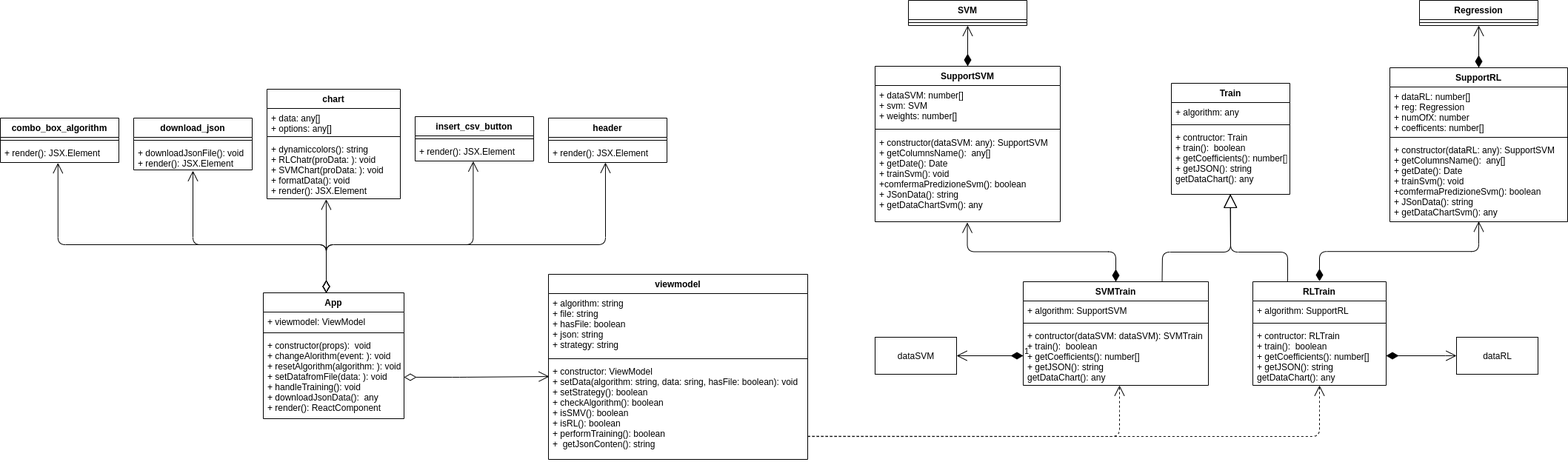
The draw.io diagram Diagrams/Classes_diagrams/tool_all_classes.png in teamafkSWE/PredireInGrafana-docs, before a commit. Source tidied: cells renumbered, new cells last; positions are measured from the earlier drawing's top-left corner, leaving out a move shared by most shapes.
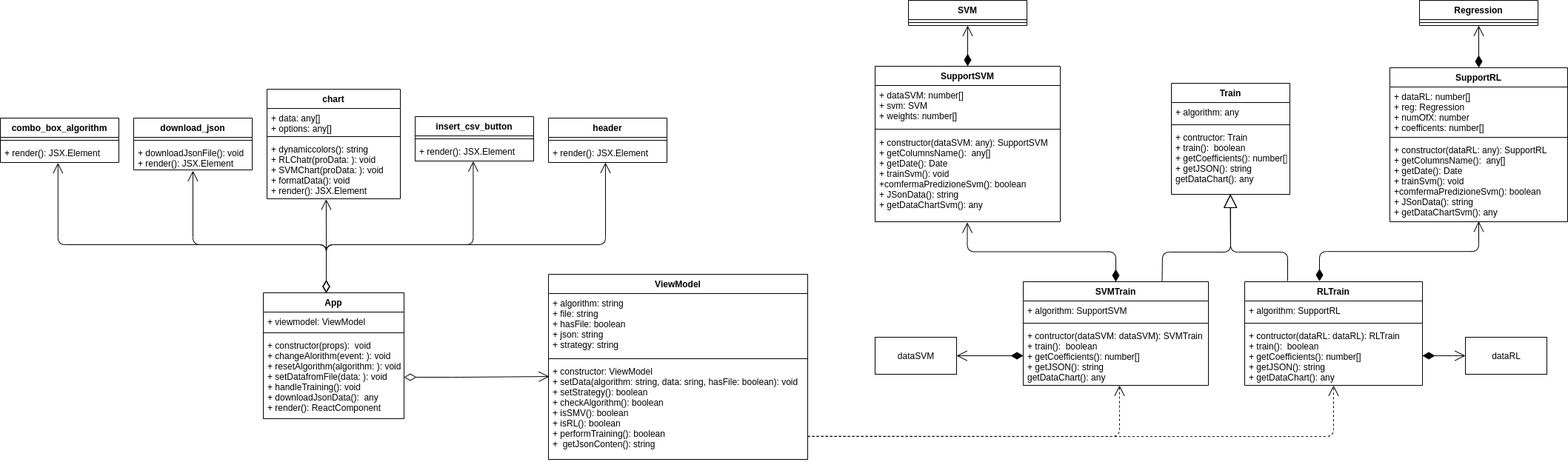
After the commit.

Commit message:
updated classes diagrams

The edit, as a diff of the source:
```diff
@@ -5,8 +5,7 @@
     <mxCell id="2" style="endArrow=open;endSize=12;dashed=1;html=1;exitX=1.001;exitY=0.766;exitDx=0;exitDy=0;entryX=0.5;entryY=1;entryDx=0;entryDy=0;exitPerimeter=0;entryPerimeter=0;" parent="1" edge="1" source="41" target="21">
       <mxGeometry relative="1" as="geometry">
         <Array as="points">
-          <mxPoint x="1781" y="589" />
-          <mxPoint x="1781" y="545" />
+          <mxPoint x="1800" y="589" />
         </Array>
       </mxGeometry>
     </mxCell>
@@ -14,7 +13,7 @@
       <mxGeometry x="1181" y="455" width="110" height="50" as="geometry" />
     </mxCell>
     <mxCell id="4" value="dataRL" style="html=1;align=center;" parent="1" vertex="1">
-      <mxGeometry x="1966" y="455" width="110" height="50" as="geometry" />
+      <mxGeometry x="1978" y="455" width="110" height="50" as="geometry" />
     </mxCell>
     <mxCell id="5" style="endArrow=open;html=1;endSize=12;startArrow=diamondThin;startSize=14;startFill=1;edgeStyle=orthogonalEdgeStyle;align=left;verticalAlign=bottom;exitX=1;exitY=0.5;exitDx=0;exitDy=0;entryX=0;entryY=0.5;entryDx=0;entryDy=0;" parent="1" edge="1" source="21" target="4">
       <mxGeometry x="-1" y="3" relative="1" as="geometry">
@@ -48,16 +47,17 @@
         </Array>
       </mxGeometry>
     </mxCell>
-    <mxCell id="11" style="endArrow=block;endSize=16;endFill=0;html=1;entryX=0.499;entryY=0.999;entryDx=0;entryDy=0;entryPerimeter=0;exitX=0.261;exitY=-0.004;exitDx=0;exitDy=0;exitPerimeter=0;" parent="1" edge="1" source="18" target="33">
+    <mxCell id="11" style="endArrow=block;endSize=16;endFill=0;html=1;entryX=0.499;entryY=0.999;entryDx=0;entryDy=0;entryPerimeter=0;" parent="1" edge="1" target="33">
       <mxGeometry relative="1" as="geometry">
+        <mxPoint x="1738" y="379" as="sourcePoint" />
         <Array as="points">
           <mxPoint x="1738" y="340" />
           <mxPoint x="1661" y="340" />
         </Array>
       </mxGeometry>
     </mxCell>
-    <mxCell id="12" value="1" style="endArrow=open;html=1;endSize=12;startArrow=diamondThin;startSize=14;startFill=1;edgeStyle=orthogonalEdgeStyle;align=left;verticalAlign=bottom;entryX=1;entryY=0.5;entryDx=0;entryDy=0;exitX=0;exitY=0.5;exitDx=0;exitDy=0;" parent="1" edge="1" source="29" target="3">
-      <mxGeometry x="-1" y="3" relative="1" as="geometry" />
+    <mxCell id="12" style="endArrow=open;html=1;endSize=12;startArrow=diamondThin;startSize=14;startFill=1;edgeStyle=orthogonalEdgeStyle;align=left;verticalAlign=bottom;entryX=1;entryY=0.5;entryDx=0;entryDy=0;exitX=0;exitY=0.5;exitDx=0;exitDy=0;" parent="1" edge="1" source="29" target="3">
+      <mxGeometry x="-0.53" y="10" relative="1" as="geometry" />
     </mxCell>
     <mxCell id="13" style="endArrow=open;endSize=12;dashed=1;html=1;exitX=1;exitY=0.763;exitDx=0;exitDy=0;entryX=0.52;entryY=1;entryDx=0;entryDy=0;exitPerimeter=0;entryPerimeter=0;" parent="1" edge="1" source="41" target="29">
       <mxGeometry relative="1" as="geometry">
@@ -79,18 +79,6 @@
     <mxCell id="17" style="line;strokeWidth=1;fillColor=none;align=left;verticalAlign=middle;spacingTop=-1;spacingLeft=3;spacingRight=3;labelPosition=right;" parent="16" vertex="1">
       <mxGeometry y="26" width="160" height="8" as="geometry" />
     </mxCell>
-    <mxCell id="18" value="RLTrain" style="swimlane;fontStyle=1;align=center;verticalAlign=top;horizontal=1;startSize=26;" parent="1" vertex="1">
-      <mxGeometry x="1691" y="380" width="180" height="140" as="geometry" />
-    </mxCell>
-    <mxCell id="19" value="+ algorithm: SupportRL" style="text;strokeColor=none;fillColor=none;align=left;verticalAlign=top;spacingLeft=4;spacingRight=4;overflow=hidden;" parent="18" vertex="1">
-      <mxGeometry y="26" width="180" height="26" as="geometry" />
-    </mxCell>
-    <mxCell id="20" style="line;strokeWidth=1;fillColor=none;align=left;verticalAlign=middle;spacingTop=-1;spacingLeft=3;spacingRight=3;labelPosition=right;" parent="18" vertex="1">
-      <mxGeometry y="52" width="180" height="8" as="geometry" />
-    </mxCell>
-    <mxCell id="21" value="+ contructor: RLTrain&#10;+ train():  boolean&#10;+ getCoefficients(): number[] &#10;+ getJSON(): string&#10;getDataChart(): any&#10;" style="text;strokeColor=none;fillColor=none;align=left;verticalAlign=top;spacingLeft=4;spacingRight=4;overflow=hidden;points=[[0,0.5],[1,0.5]];portConstraint=eastwest;" parent="18" vertex="1">
-      <mxGeometry y="60" width="180" height="80" as="geometry" />
-    </mxCell>
     <mxCell id="22" value="SupportSVM" style="swimlane;fontStyle=1;align=center;verticalAlign=top;horizontal=1;startSize=26;" parent="1" vertex="1">
       <mxGeometry x="1181" y="89" width="250" height="210" as="geometry" />
     </mxCell>
@@ -136,10 +124,10 @@
     <mxCell id="36" style="line;strokeWidth=1;fillColor=none;align=left;verticalAlign=middle;spacingTop=-1;spacingLeft=3;spacingRight=3;labelPosition=right;" parent="34" vertex="1">
       <mxGeometry y="90" width="240" height="8" as="geometry" />
     </mxCell>
-    <mxCell id="37" value="+ constructor(dataRL: any): SupportSVM&#10;+ getColumnsName():  any[]&#10;+ getDate(): Date&#10;+ trainSvm(): void&#10;+comfermaPredizioneSvm(): boolean&#10;+ JSonData(): string&#10;+ getDataChartSvm(): any" style="text;strokeColor=none;fillColor=none;align=left;verticalAlign=top;spacingLeft=4;spacingRight=4;overflow=hidden;points=[[0,0.5],[1,0.5]];portConstraint=eastwest;" parent="34" vertex="1">
+    <mxCell id="37" value="+ constructor(dataRL: any): SupportRL&#10;+ getColumnsName():  any[]&#10;+ getDate(): Date&#10;+ trainSvm(): void&#10;+comfermaPredizioneSvm(): boolean&#10;+ JSonData(): string&#10;+ getDataChartSvm(): any" style="text;strokeColor=none;fillColor=none;align=left;verticalAlign=top;spacingLeft=4;spacingRight=4;overflow=hidden;points=[[0,0.5],[1,0.5]];portConstraint=eastwest;" parent="34" vertex="1">
       <mxGeometry y="98" width="240" height="110" as="geometry" />
     </mxCell>
-    <mxCell id="38" value="viewmodel" style="swimlane;fontStyle=1;align=center;verticalAlign=top;horizontal=1;startSize=26;" parent="1" vertex="1">
+    <mxCell id="38" value="ViewModel" style="swimlane;fontStyle=1;align=center;verticalAlign=top;horizontal=1;startSize=26;" parent="1" vertex="1">
       <mxGeometry x="740" y="370" width="350" height="250" as="geometry" />
     </mxCell>
     <mxCell id="39" value="+ algorithm: string&#10;+ file: string&#10;+ hasFile: boolean&#10;+ json: string&#10;+ strategy: string" style="text;strokeColor=none;fillColor=none;align=left;verticalAlign=top;spacingLeft=4;spacingRight=4;overflow=hidden;" parent="38" vertex="1">
@@ -298,5 +286,17 @@
     <mxCell id="79" style="html=1;align=right;verticalAlign=top;labelBackgroundColor=#ffffff;fontSize=10;" parent="77" vertex="1">
       <mxGeometry x="1" relative="1" as="geometry" />
     </mxCell>
+    <mxCell id="18" value="RLTrain" style="swimlane;fontStyle=1;align=center;verticalAlign=top;horizontal=1;startSize=26;" parent="1" vertex="1">
+      <mxGeometry x="1680" y="380" width="240" height="140" as="geometry" />
+    </mxCell>
+    <mxCell id="19" value="+ algorithm: SupportRL" style="text;strokeColor=none;fillColor=none;align=left;verticalAlign=top;spacingLeft=4;spacingRight=4;overflow=hidden;" parent="18" vertex="1">
+      <mxGeometry y="26" width="240" height="26" as="geometry" />
+    </mxCell>
+    <mxCell id="20" style="line;strokeWidth=1;fillColor=none;align=left;verticalAlign=middle;spacingTop=-1;spacingLeft=3;spacingRight=3;labelPosition=right;" parent="18" vertex="1">
+      <mxGeometry y="52" width="240" height="8" as="geometry" />
+    </mxCell>
+    <mxCell id="21" value="+ contructor(dataRL: dataRL): RLTrain&#10;+ train():  boolean&#10;+ getCoefficients(): number[] &#10;+ getJSON(): string&#10;+ getDataChart(): any&#10;" style="text;strokeColor=none;fillColor=none;align=left;verticalAlign=top;spacingLeft=4;spacingRight=4;overflow=hidden;points=[[0,0.5],[1,0.5]];portConstraint=eastwest;" parent="18" vertex="1">
+      <mxGeometry y="60" width="240" height="80" as="geometry" />
+    </mxCell>
   </root>
 </mxGraphModel>
```
